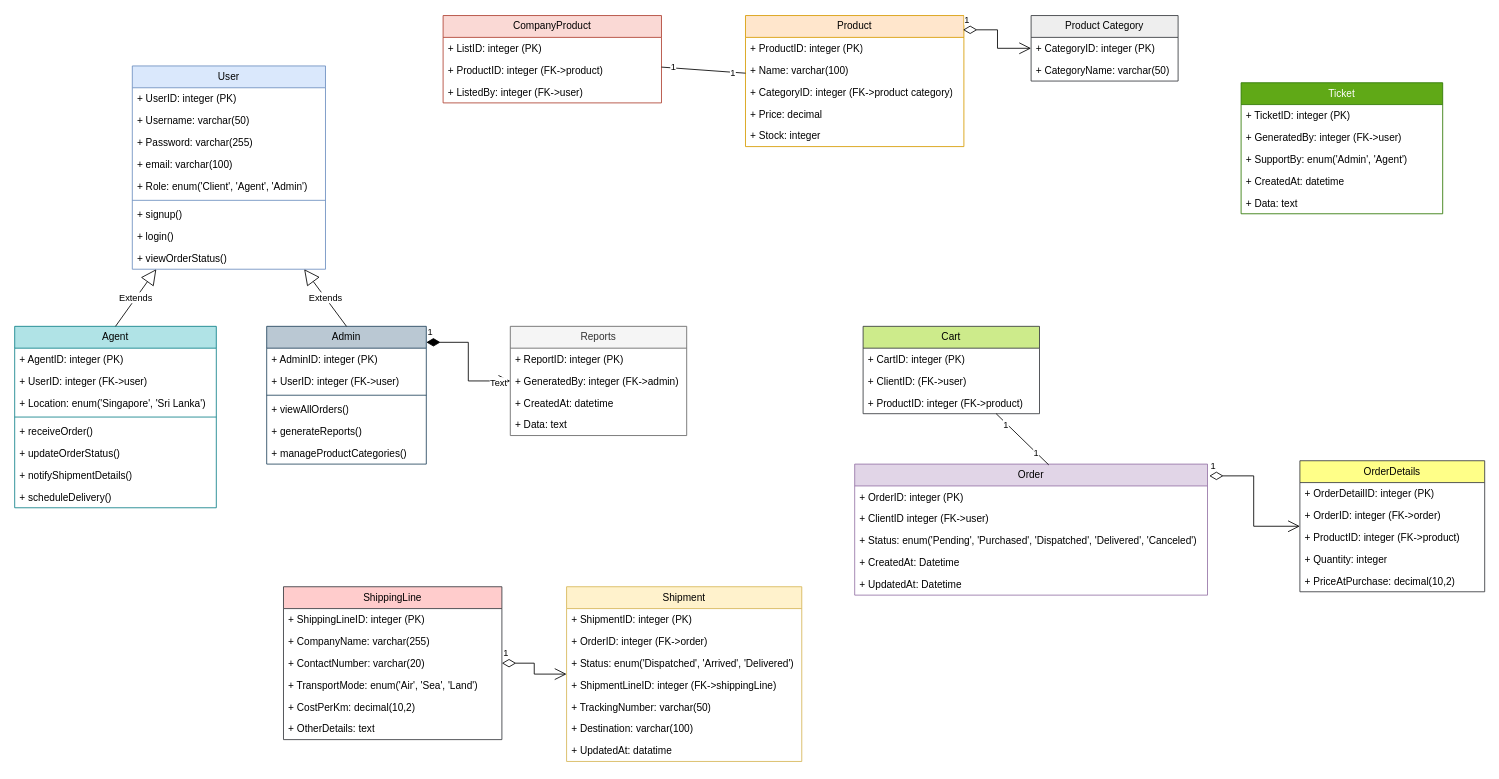
This is diagrams/UML-class-diagram.drawio from K-M-Shehan/software-design-docs, a draw.io file, before an edit. Source tidied: cells renumbered, new cells numbered last; positions are measured from the earlier drawing's top-left corner, leaving out a move shared by most shapes. Both pictures are drawn from the tidied source at 84%, with x=0, y=0 at pixel (14, 15).
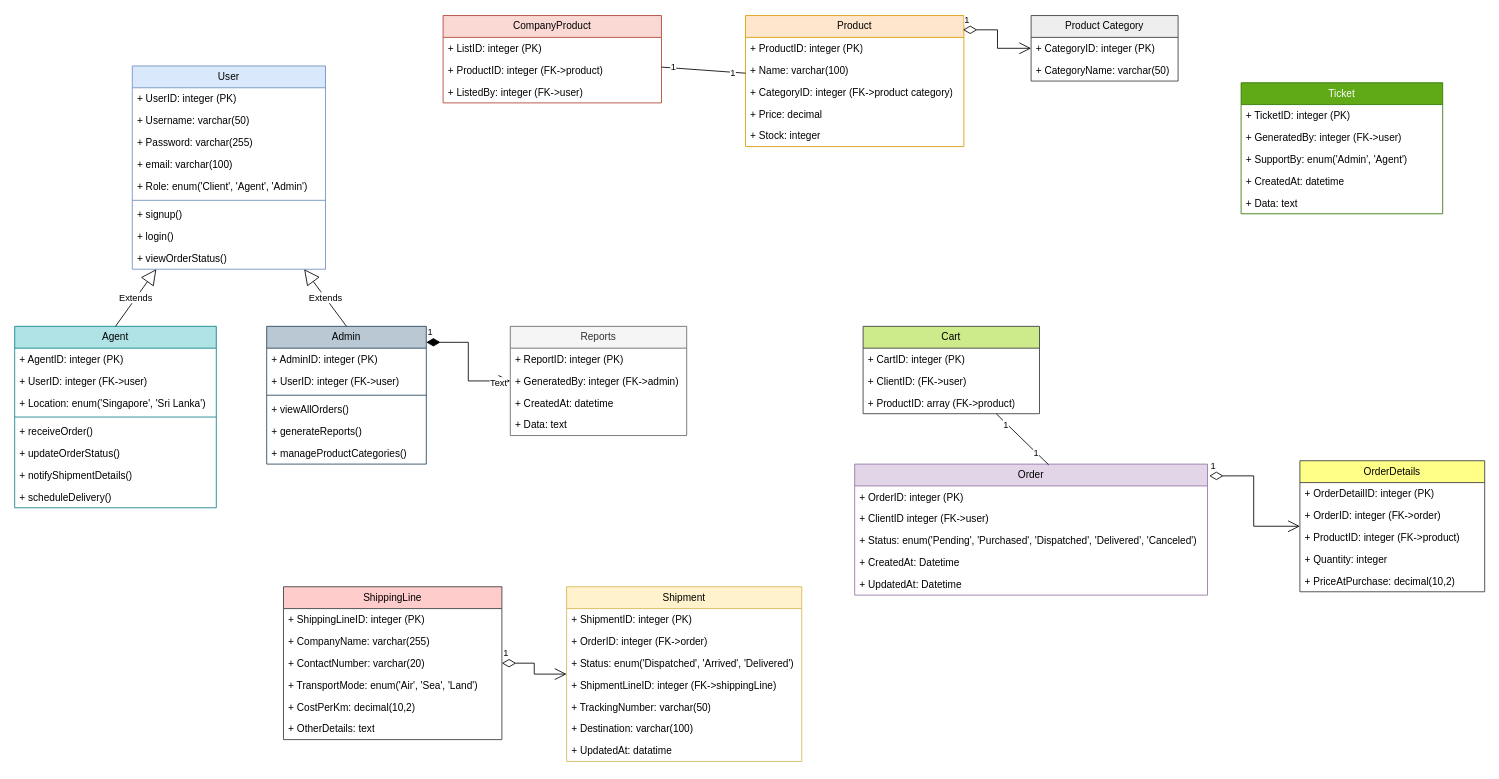
The same page after the edit.

Commit message:
changed datatype of cart's attribute(productid)

Unchanged cells that the change refers to:
```xml
<mxCell id="60" value="Cart" style="swimlane;fontStyle=0;horizontal=1;startSize=26;fillColor=#cdeb8b;whiteSpace=wrap;html=1;strokeColor=#36393d;" parent="1" vertex="1">
  <mxGeometry x="1010" y="370" width="210" height="104" as="geometry" />
</mxCell>
```

What changed in the source:
```diff
@@
-    <mxCell id="63" value="+ ProductID: integer (FK-&amp;gt;product)" style="text;strokeColor=none;fillColor=none;align=left;verticalAlign=top;spacingLeft=4;spacingRight=4;overflow=hidden;whiteSpace=wrap;html=1;" parent="60" vertex="1">
+    <mxCell id="63" value="+ ProductID: array (FK-&amp;gt;product)" style="text;strokeColor=none;fillColor=none;align=left;verticalAlign=top;spacingLeft=4;spacingRight=4;overflow=hidden;whiteSpace=wrap;html=1;" parent="60" vertex="1">
       <mxGeometry y="78" width="210" height="26" as="geometry" />
     </mxCell>
```
